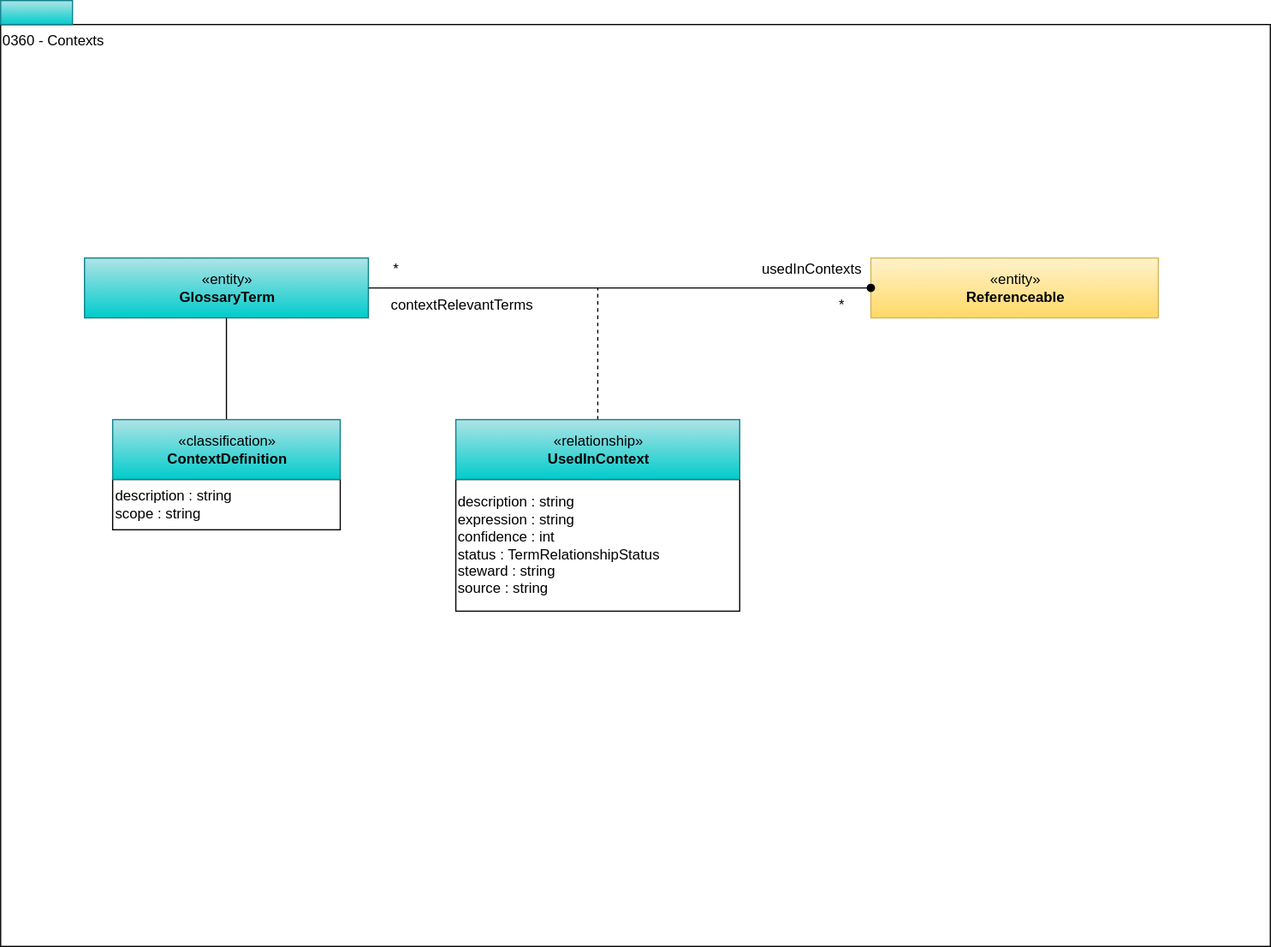
This is site/docs/types/3/0360-Contexts.svg from odpi/egeria-docs, a draw.io export, as it was before one commit. Source tidied: cells renumbered, new cells last; positions are measured from the earlier drawing's top-left corner, leaving out a move shared by most shapes.
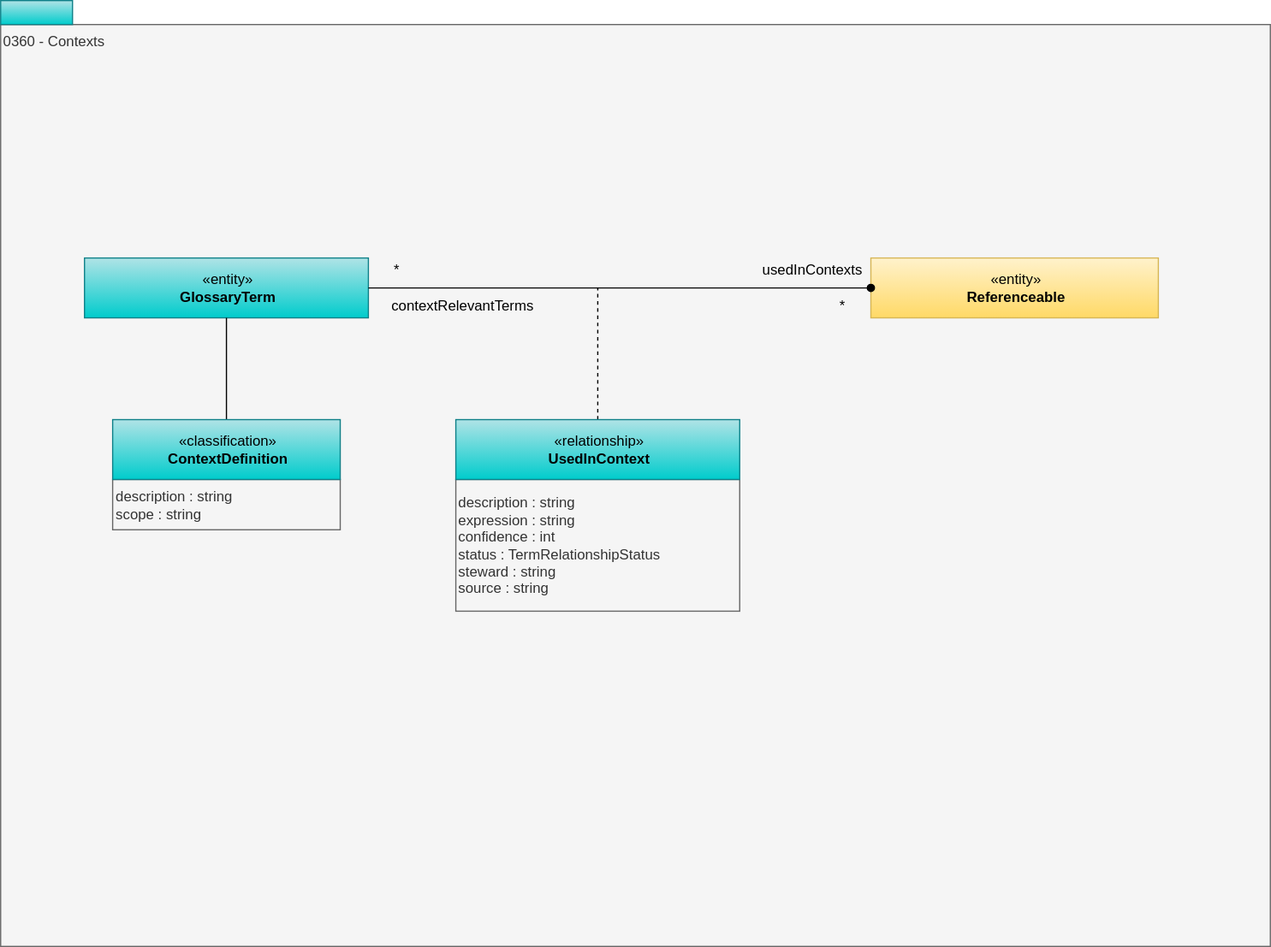
After the commit.

Change to the diagram source:
```diff
@@ -2,13 +2,13 @@
   <root>
     <mxCell id="0" />
     <mxCell id="1" parent="0" />
-    <mxCell id="2" value="0360 - Contexts" style="rounded=0;whiteSpace=wrap;html=1;align=left;verticalAlign=top;" parent="1" vertex="1">
+    <mxCell id="2" value="0360 - Contexts" style="rounded=0;whiteSpace=wrap;html=1;align=left;verticalAlign=top;fillColor=#f5f5f5;fontColor=#333333;strokeColor=#666666;" parent="1" vertex="1">
       <mxGeometry y="20" width="1060" height="770" as="geometry" />
     </mxCell>
     <mxCell id="3" style="rounded=0;whiteSpace=wrap;html=1;align=left;fillColor=#b0e3e6;strokeColor=#0e8088;gradientColor=#00CCCC;" parent="1" vertex="1">
       <mxGeometry width="60" height="20" as="geometry" />
     </mxCell>
-    <mxCell id="4" value="description : string&lt;br&gt;expression : string&lt;div&gt;confidence : int&lt;br&gt;status : TermRelationshipStatus&lt;br&gt;steward : string&lt;br&gt;source : string&lt;/div&gt;" style="rounded=0;whiteSpace=wrap;html=1;strokeColor=#000000;gradientColor=#ffffff;align=left;" parent="1" vertex="1">
+    <mxCell id="4" value="description : string&lt;br&gt;expression : string&lt;div&gt;confidence : int&lt;br&gt;status : TermRelationshipStatus&lt;br&gt;steward : string&lt;br&gt;source : string&lt;/div&gt;" style="rounded=0;whiteSpace=wrap;html=1;strokeColor=#666666;align=left;fillColor=#f5f5f5;fontColor=#333333;" parent="1" vertex="1">
       <mxGeometry x="380" y="400" width="237" height="110" as="geometry" />
     </mxCell>
     <mxCell id="5" style="edgeStyle=orthogonalEdgeStyle;rounded=0;jettySize=auto;html=1;endArrow=none;endFill=0;dashed=1;" parent="1" edge="1" source="6">
@@ -34,7 +34,7 @@
     <mxCell id="11" value="*" style="text;html=1;align=center;verticalAlign=middle;" parent="1" vertex="1">
       <mxGeometry x="691.5" y="245" width="20" height="20" as="geometry" />
     </mxCell>
-    <mxCell id="12" value="description : string&lt;br&gt;scope : string&lt;br&gt;&lt;div style=&quot;text-align: left&quot;&gt;&lt;/div&gt;" style="rounded=0;whiteSpace=wrap;html=1;strokeColor=#000000;gradientColor=#ffffff;align=left;" parent="1" vertex="1">
+    <mxCell id="12" value="description : string&lt;br&gt;scope : string&lt;br&gt;&lt;div style=&quot;text-align: left&quot;&gt;&lt;/div&gt;" style="rounded=0;whiteSpace=wrap;html=1;strokeColor=#666666;align=left;fillColor=#f5f5f5;fontColor=#333333;" parent="1" vertex="1">
       <mxGeometry x="93.5" y="400" width="190" height="42" as="geometry" />
     </mxCell>
     <mxCell id="13" style="edgeStyle=orthogonalEdgeStyle;rounded=0;jettySize=auto;html=1;exitX=0.5;exitY=0;exitDx=0;exitDy=0;endArrow=none;endFill=0;" parent="1" edge="1" source="14">
```
